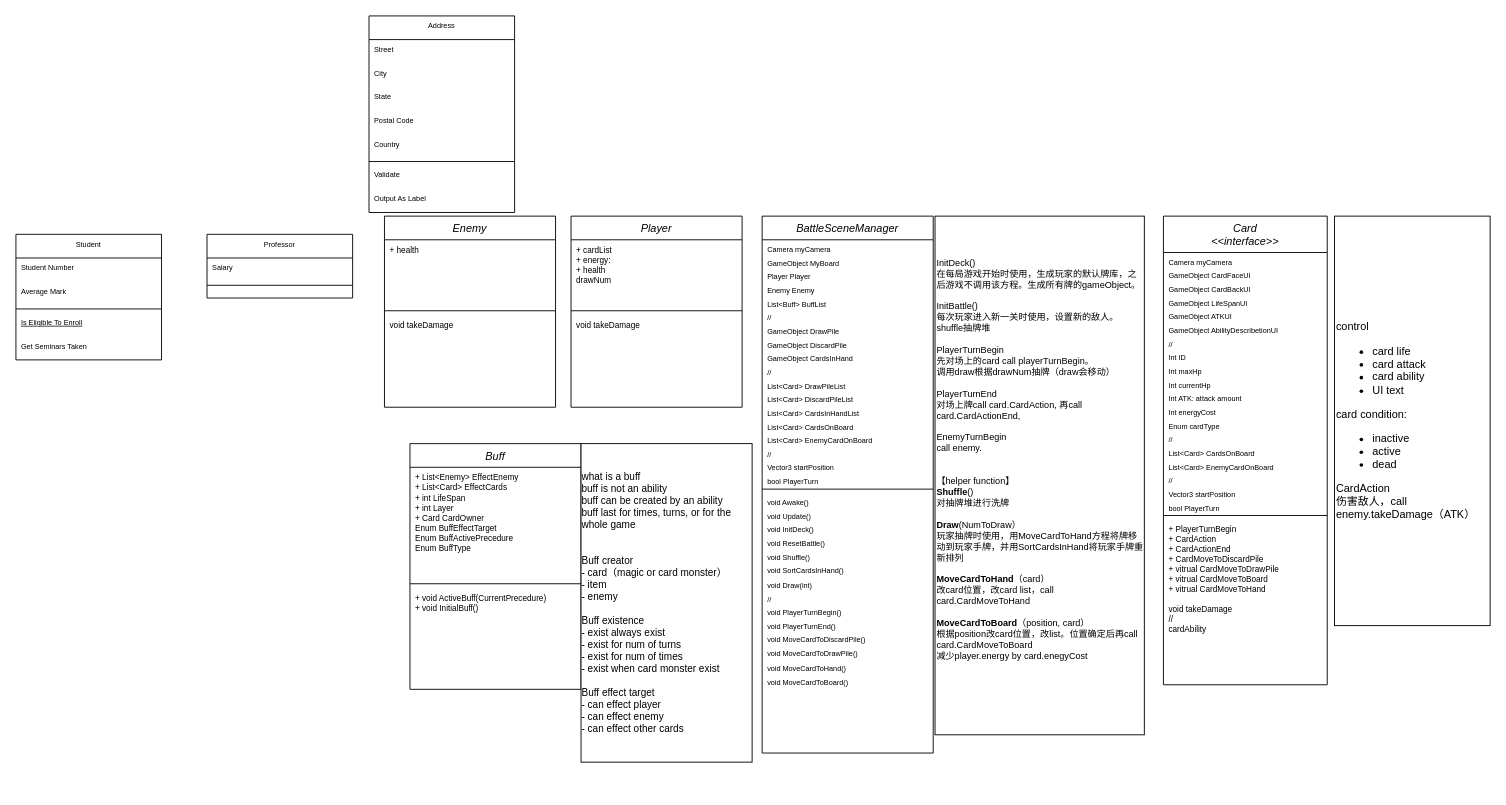
This is cardgame.drawio from yemiliey/ScuffTheSpire, a draw.io file, before an edit. Source tidied: cells renumbered, new cells numbered last; positions are measured from the earlier drawing's top-left corner, leaving out a move shared by most shapes. Both pictures are drawn from the tidied source at 91%, with x=0, y=0 at pixel (15, 15).
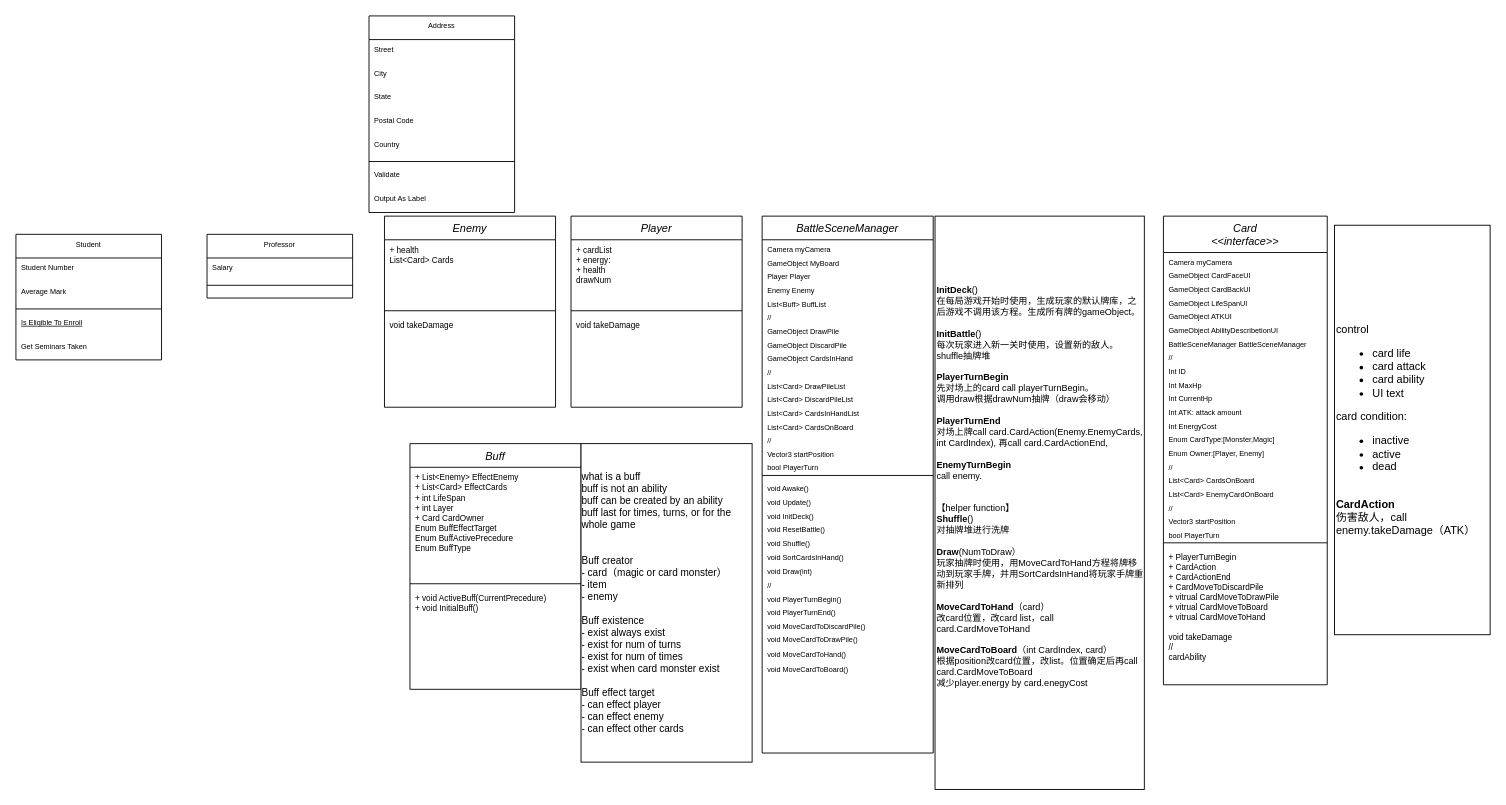
Above is the later version.

The change refers to these unchanged cells:
```xml
<mxCell id="2" value="BattleSceneManager" style="swimlane;fontStyle=2;align=center;verticalAlign=top;horizontal=1;startSize=26;rounded=0;shadow=0;strokeWidth=1;fontSize=12;" parent="1" vertex="1">
  <mxGeometry x="820" y="220" width="188" height="590" as="geometry" />
</mxCell>
<mxCell id="55" value="Card&#10;&lt;&lt;interface&gt;&gt;" style="swimlane;fontStyle=2;align=center;verticalAlign=top;horizontal=1;startSize=40;rounded=0;shadow=0;strokeWidth=1;fontSize=12;" parent="1" vertex="1">
  <mxGeometry x="1261" y="220" width="180" height="515" as="geometry" />
</mxCell>
<mxCell id="81" value="Enemy" style="swimlane;fontStyle=2;align=center;verticalAlign=top;horizontal=1;startSize=26;rounded=0;shadow=0;strokeWidth=1;fontSize=12;" parent="1" vertex="1">
  <mxGeometry x="405" y="220" width="188" height="210" as="geometry" />
</mxCell>
```

Change to the diagram source:
```diff
@@
-    <mxCell id="17" value="List&lt;Card&gt; EnemyCardOnBoard&#10;" style="text;align=left;verticalAlign=top;spacingLeft=4;spacingRight=4;overflow=hidden;fontSize=8;" parent="2" vertex="1">
-      <mxGeometry y="236" width="188" height="15" as="geometry" />
-    </mxCell>
     <mxCell id="18" value="//" style="text;align=left;verticalAlign=top;spacingLeft=4;spacingRight=4;overflow=hidden;fontSize=8;" parent="2" vertex="1">
-      <mxGeometry y="251" width="188" height="15" as="geometry" />
+      <mxGeometry y="236" width="188" height="15" as="geometry" />
     </mxCell>
     <mxCell id="19" value="Vector3 startPosition&#10;" style="text;align=left;verticalAlign=top;spacingLeft=4;spacingRight=4;overflow=hidden;fontSize=8;" parent="2" vertex="1">
-      <mxGeometry y="266" width="188" height="15" as="geometry" />
+      <mxGeometry y="251" width="188" height="15" as="geometry" />
     </mxCell>
     <mxCell id="20" value="bool PlayerTurn&#10;" style="text;align=left;verticalAlign=top;spacingLeft=4;spacingRight=4;overflow=hidden;fontSize=8;" parent="2" vertex="1">
-      <mxGeometry y="281" width="188" height="15" as="geometry" />
+      <mxGeometry y="266" width="188" height="15" as="geometry" />
     </mxCell>
     <mxCell id="21" style="line;html=1;strokeWidth=1;align=left;verticalAlign=middle;spacingTop=-1;spacingLeft=3;spacingRight=3;labelPosition=right;fontSize=8;" parent="2" vertex="1">
-      <mxGeometry y="296" width="188" height="8" as="geometry" />
+      <mxGeometry y="281" width="188" height="8" as="geometry" />
     </mxCell>
     <mxCell id="22" value="void Awake()" style="text;align=left;verticalAlign=top;spacingLeft=4;spacingRight=4;overflow=hidden;fontSize=8;" parent="2" vertex="1">
-      <mxGeometry y="304" width="188" height="15" as="geometry" />
+      <mxGeometry y="289" width="188" height="15" as="geometry" />
     </mxCell>
     <mxCell id="23" value="void Update()" style="text;align=left;verticalAlign=top;spacingLeft=4;spacingRight=4;overflow=hidden;fontSize=8;" parent="2" vertex="1">
-      <mxGeometry y="319" width="188" height="15" as="geometry" />
+      <mxGeometry y="304" width="188" height="15" as="geometry" />
     </mxCell>
     <mxCell id="24" value="void InitDeck()" style="text;align=left;verticalAlign=top;spacingLeft=4;spacingRight=4;overflow=hidden;fontSize=8;" parent="2" vertex="1">
-      <mxGeometry y="334" width="188" height="15" as="geometry" />
+      <mxGeometry y="319" width="188" height="15" as="geometry" />
     </mxCell>
     <mxCell id="25" value="void ResetBattle()" style="text;align=left;verticalAlign=top;spacingLeft=4;spacingRight=4;overflow=hidden;fontSize=8;" parent="2" vertex="1">
-      <mxGeometry y="349" width="188" height="15" as="geometry" />
+      <mxGeometry y="334" width="188" height="15" as="geometry" />
     </mxCell>
     <mxCell id="26" value="void Shuffle()&#10;" style="text;align=left;verticalAlign=top;spacingLeft=4;spacingRight=4;overflow=hidden;fontSize=8;" parent="2" vertex="1">
-      <mxGeometry y="364" width="188" height="15" as="geometry" />
+      <mxGeometry y="349" width="188" height="15" as="geometry" />
     </mxCell>
     <mxCell id="27" value="void SortCardsInHand()" style="text;align=left;verticalAlign=top;spacingLeft=4;spacingRight=4;overflow=hidden;fontSize=8;" parent="2" vertex="1">
-      <mxGeometry y="379" width="188" height="16" as="geometry" />
+      <mxGeometry y="364" width="188" height="16" as="geometry" />
     </mxCell>
     <mxCell id="28" value="void Draw(int)&#10;" style="text;align=left;verticalAlign=top;spacingLeft=4;spacingRight=4;overflow=hidden;fontSize=8;" parent="2" vertex="1">
-      <mxGeometry y="395" width="188" height="15" as="geometry" />
+      <mxGeometry y="380" width="188" height="15" as="geometry" />
     </mxCell>
     <mxCell id="29" value="//&#10;" style="text;align=left;verticalAlign=top;spacingLeft=4;spacingRight=4;overflow=hidden;fontSize=8;" parent="2" vertex="1">
-      <mxGeometry y="410" width="188" height="15" as="geometry" />
+      <mxGeometry y="395" width="188" height="15" as="geometry" />
     </mxCell>
     <mxCell id="30" value="void PlayerTurnBegin()&#10;" style="text;align=left;verticalAlign=top;spacingLeft=4;spacingRight=4;overflow=hidden;fontSize=8;" parent="2" vertex="1">
-      <mxGeometry y="425" width="188" height="15" as="geometry" />
+      <mxGeometry y="410" width="188" height="15" as="geometry" />
     </mxCell>
     <mxCell id="31" value="void PlayerTurnEnd()&#10;" style="text;align=left;verticalAlign=top;spacingLeft=4;spacingRight=4;overflow=hidden;fontSize=8;" parent="2" vertex="1">
-      <mxGeometry y="440" width="188" height="15" as="geometry" />
+      <mxGeometry y="425" width="188" height="15" as="geometry" />
     </mxCell>
     <mxCell id="32" value="void MoveCardToDiscardPile()" style="text;align=left;verticalAlign=top;spacingLeft=4;spacingRight=4;overflow=hidden;fontSize=8;" parent="2" vertex="1">
-      <mxGeometry y="455" width="188" height="15" as="geometry" />
+      <mxGeometry y="440" width="188" height="15" as="geometry" />
     </mxCell>
     <mxCell id="33" value="void MoveCardToDrawPile()&#10;" style="text;align=left;verticalAlign=top;spacingLeft=4;spacingRight=4;overflow=hidden;fontSize=8;" parent="2" vertex="1">
-      <mxGeometry y="470" width="188" height="16" as="geometry" />
+      <mxGeometry y="455" width="188" height="16" as="geometry" />
     </mxCell>
     <mxCell id="34" value="void MoveCardToHand()&#10;" style="text;align=left;verticalAlign=top;spacingLeft=4;spacingRight=4;overflow=hidden;fontSize=8;" parent="2" vertex="1">
-      <mxGeometry y="486" width="188" height="16" as="geometry" />
+      <mxGeometry y="471" width="188" height="16" as="geometry" />
     </mxCell>
     <mxCell id="35" value="void MoveCardToBoard()" style="text;align=left;verticalAlign=top;spacingLeft=4;spacingRight=4;overflow=hidden;fontSize=8;" parent="2" vertex="1">
-      <mxGeometry y="502" width="188" height="16" as="geometry" />
+      <mxGeometry y="487" width="188" height="16" as="geometry" />
     </mxCell>
@@
-    <mxCell id="54" value="&lt;font style=&quot;font-size: 10px;&quot;&gt;&lt;font style=&quot;font-size: 10px;&quot;&gt;InitDeck()&amp;nbsp;&lt;br style=&quot;font-size: 10px;&quot;&gt;在每局游戏开始时使用，生成玩家的默认牌库，之后游戏不调用该方程。生成所有牌的gameObject。&lt;br style=&quot;font-size: 10px;&quot;&gt;&lt;br style=&quot;font-size: 10px;&quot;&gt;InitBattle()&lt;br style=&quot;font-size: 10px;&quot;&gt;每次玩家进入新一关时使用，设置新的敌人。shuffle抽牌堆&lt;br&gt;&lt;br&gt;PlayerTurnBegin&lt;br&gt;先对场上的card call playerTurnBegin。&lt;br&gt;调用draw根据drawNum抽牌（draw会移动）&lt;br&gt;&lt;br&gt;PlayerTurnEnd&lt;br&gt;对场上牌call card.CardAction, 再call card.CardActionEnd,&lt;br&gt;&lt;br&gt;EnemyTurnBegin&lt;br&gt;call enemy.&lt;br&gt;&lt;br&gt;&lt;br&gt;【helper function】&lt;br style=&quot;font-size: 10px;&quot;&gt;&lt;b&gt;Shuffle&lt;/b&gt;()&lt;br style=&quot;font-size: 10px;&quot;&gt;对抽牌堆进行洗牌&lt;br style=&quot;font-size: 10px;&quot;&gt;&lt;br style=&quot;font-size: 10px;&quot;&gt;&lt;b&gt;Draw&lt;/b&gt;(NumToDraw）&lt;br style=&quot;font-size: 10px;&quot;&gt;玩家抽牌时使用，用MoveCardToHand方程将牌移动到玩家手牌，并用SortCardsInHand将玩家手牌重新排列&lt;br&gt;&lt;/font&gt;&lt;br&gt;&lt;b&gt;MoveCardToHand&lt;/b&gt;（card）&lt;br&gt;改card位置，改card list，call card.CardMoveToHand&amp;nbsp;&lt;br style=&quot;font-size: 10px;&quot;&gt;&lt;br&gt;&lt;b&gt;MoveCardToBoard&lt;/b&gt;（position, card）&lt;br&gt;根据position改card位置，改list。位置确定后再call card.CardMoveToBoard&lt;br&gt;减少player.energy by card.enegyCost&lt;br&gt;&lt;br&gt;&lt;br style=&quot;font-size: 10px;&quot;&gt;&lt;/font&gt;&lt;br style=&quot;font-size: 10px;&quot;&gt;&lt;div style=&quot;text-align: justify; font-size: 10px;&quot;&gt;&lt;/div&gt;" style="rounded=0;whiteSpace=wrap;html=1;align=left;fontSize=10;" parent="1" vertex="1">
-      <mxGeometry x="1010" y="220" width="230" height="570" as="geometry" />
+    <mxCell id="54" value="&lt;font style=&quot;font-size: 10px;&quot;&gt;&lt;font style=&quot;font-size: 10px;&quot;&gt;&lt;b&gt;InitDeck&lt;/b&gt;()&amp;nbsp;&lt;br style=&quot;font-size: 10px;&quot;&gt;在每局游戏开始时使用，生成玩家的默认牌库，之后游戏不调用该方程。生成所有牌的gameObject。&lt;br style=&quot;font-size: 10px;&quot;&gt;&lt;br style=&quot;font-size: 10px;&quot;&gt;&lt;b&gt;InitBattle&lt;/b&gt;()&lt;br style=&quot;font-size: 10px;&quot;&gt;每次玩家进入新一关时使用，设置新的敌人。shuffle抽牌堆&lt;br&gt;&lt;br&gt;&lt;b&gt;PlayerTurnBegin&lt;/b&gt;&lt;br&gt;先对场上的card call playerTurnBegin。&lt;br&gt;调用draw根据drawNum抽牌（draw会移动）&lt;br&gt;&lt;br&gt;&lt;b&gt;PlayerTurnEnd&lt;/b&gt;&lt;br&gt;对场上牌call card.CardAction(Enemy.EnemyCards, int CardIndex), 再call card.CardActionEnd,&lt;br&gt;&lt;br&gt;&lt;b&gt;EnemyTurnBegin&lt;/b&gt;&lt;br&gt;call enemy.&lt;br&gt;&lt;br&gt;&lt;br&gt;【helper function】&lt;br style=&quot;font-size: 10px;&quot;&gt;&lt;b&gt;Shuffle&lt;/b&gt;()&lt;br style=&quot;font-size: 10px;&quot;&gt;对抽牌堆进行洗牌&lt;br style=&quot;font-size: 10px;&quot;&gt;&lt;br style=&quot;font-size: 10px;&quot;&gt;&lt;b&gt;Draw&lt;/b&gt;(NumToDraw）&lt;br style=&quot;font-size: 10px;&quot;&gt;玩家抽牌时使用，用MoveCardToHand方程将牌移动到玩家手牌，并用SortCardsInHand将玩家手牌重新排列&lt;br&gt;&lt;/font&gt;&lt;br&gt;&lt;b&gt;MoveCardToHand&lt;/b&gt;（card）&lt;br&gt;改card位置，改card list，call card.CardMoveToHand&amp;nbsp;&lt;br style=&quot;font-size: 10px;&quot;&gt;&lt;br&gt;&lt;b&gt;MoveCardToBoard&lt;/b&gt;（int CardIndex, card）&lt;br&gt;根据position改card位置，改list。位置确定后再call card.CardMoveToBoard&lt;br&gt;减少player.energy by card.enegyCost&lt;br&gt;&lt;br&gt;&lt;br style=&quot;font-size: 10px;&quot;&gt;&lt;/font&gt;&lt;br style=&quot;font-size: 10px;&quot;&gt;&lt;div style=&quot;text-align: justify; font-size: 10px;&quot;&gt;&lt;/div&gt;" style="rounded=0;whiteSpace=wrap;html=1;align=left;fontSize=10;" parent="1" vertex="1">
+      <mxGeometry x="1010" y="220" width="230" height="630" as="geometry" />
     </mxCell>
@@
+    <mxCell id="91" value="BattleSceneManager BattleSceneManager" style="text;align=left;verticalAlign=top;spacingLeft=4;spacingRight=4;overflow=hidden;rounded=0;shadow=0;html=0;fontSize=8;" parent="55" vertex="1">
+      <mxGeometry y="130" width="180" height="15" as="geometry" />
+    </mxCell>
     <mxCell id="62" value="//" style="text;align=left;verticalAlign=top;spacingLeft=4;spacingRight=4;overflow=hidden;fontSize=8;" parent="55" vertex="1">
-      <mxGeometry y="130" width="180" height="15" as="geometry" />
+      <mxGeometry y="145" width="180" height="15" as="geometry" />
     </mxCell>
     <mxCell id="63" value="Int ID&#10;" style="text;align=left;verticalAlign=top;spacingLeft=4;spacingRight=4;overflow=hidden;fontSize=8;" parent="55" vertex="1">
-      <mxGeometry y="145" width="180" height="15" as="geometry" />
+      <mxGeometry y="160" width="180" height="15" as="geometry" />
     </mxCell>
-    <mxCell id="64" value="Int maxHp&#10;" style="text;align=left;verticalAlign=top;spacingLeft=4;spacingRight=4;overflow=hidden;fontSize=8;" parent="55" vertex="1">
-      <mxGeometry y="160" width="180" height="15" as="geometry" />
+    <mxCell id="64" value="Int MaxHp&#10;" style="text;align=left;verticalAlign=top;spacingLeft=4;spacingRight=4;overflow=hidden;fontSize=8;" parent="55" vertex="1">
+      <mxGeometry y="175" width="180" height="15" as="geometry" />
     </mxCell>
-    <mxCell id="65" value="Int currentHp" style="text;align=left;verticalAlign=top;spacingLeft=4;spacingRight=4;overflow=hidden;fontSize=8;" parent="55" vertex="1">
-      <mxGeometry y="175" width="180" height="15" as="geometry" />
+    <mxCell id="65" value="Int CurrentHp" style="text;align=left;verticalAlign=top;spacingLeft=4;spacingRight=4;overflow=hidden;fontSize=8;" parent="55" vertex="1">
+      <mxGeometry y="190" width="180" height="15" as="geometry" />
     </mxCell>
     <mxCell id="66" value="Int ATK: attack amount" style="text;align=left;verticalAlign=top;spacingLeft=4;spacingRight=4;overflow=hidden;fontSize=8;" parent="55" vertex="1">
-      <mxGeometry y="190" width="180" height="15" as="geometry" />
+      <mxGeometry y="205" width="180" height="15" as="geometry" />
     </mxCell>
-    <mxCell id="67" value="Int energyCost" style="text;align=left;verticalAlign=top;spacingLeft=4;spacingRight=4;overflow=hidden;fontSize=8;" parent="55" vertex="1">
-      <mxGeometry y="205" width="180" height="15" as="geometry" />
+    <mxCell id="67" value="Int EnergyCost" style="text;align=left;verticalAlign=top;spacingLeft=4;spacingRight=4;overflow=hidden;fontSize=8;" parent="55" vertex="1">
+      <mxGeometry y="220" width="180" height="15" as="geometry" />
     </mxCell>
-    <mxCell id="68" value="Enum cardType" style="text;align=left;verticalAlign=top;spacingLeft=4;spacingRight=4;overflow=hidden;fontSize=8;" parent="55" vertex="1">
-      <mxGeometry y="220" width="180" height="15" as="geometry" />
+    <mxCell id="68" value="Enum CardType:[Monster,Magic]" style="text;align=left;verticalAlign=top;spacingLeft=4;spacingRight=4;overflow=hidden;fontSize=8;" parent="55" vertex="1">
+      <mxGeometry y="235" width="180" height="15" as="geometry" />
     </mxCell>
+    <mxCell id="92" value="Enum Owner:[Player, Enemy]" style="text;align=left;verticalAlign=top;spacingLeft=4;spacingRight=4;overflow=hidden;fontSize=8;" parent="55" vertex="1">
+      <mxGeometry y="250" width="180" height="15" as="geometry" />
+    </mxCell>
     <mxCell id="69" value="//" style="text;align=left;verticalAlign=top;spacingLeft=4;spacingRight=4;overflow=hidden;fontSize=8;" parent="55" vertex="1">
-      <mxGeometry y="235" width="180" height="15" as="geometry" />
+      <mxGeometry y="265" width="180" height="15" as="geometry" />
     </mxCell>
     <mxCell id="70" value="List&lt;Card&gt; CardsOnBoard&#10;" style="text;align=left;verticalAlign=top;spacingLeft=4;spacingRight=4;overflow=hidden;fontSize=8;" parent="55" vertex="1">
-      <mxGeometry y="250" width="180" height="15" as="geometry" />
+      <mxGeometry y="280" width="180" height="15" as="geometry" />
     </mxCell>
     <mxCell id="71" value="List&lt;Card&gt; EnemyCardOnBoard&#10;" style="text;align=left;verticalAlign=top;spacingLeft=4;spacingRight=4;overflow=hidden;fontSize=8;" parent="55" vertex="1">
-      <mxGeometry y="265" width="180" height="15" as="geometry" />
+      <mxGeometry y="295" width="180" height="15" as="geometry" />
     </mxCell>
     <mxCell id="72" value="//" style="text;align=left;verticalAlign=top;spacingLeft=4;spacingRight=4;overflow=hidden;fontSize=8;" parent="55" vertex="1">
-      <mxGeometry y="280" width="180" height="15" as="geometry" />
+      <mxGeometry y="310" width="180" height="15" as="geometry" />
     </mxCell>
     <mxCell id="73" value="Vector3 startPosition&#10;" style="text;align=left;verticalAlign=top;spacingLeft=4;spacingRight=4;overflow=hidden;fontSize=8;" parent="55" vertex="1">
-      <mxGeometry y="295" width="180" height="15" as="geometry" />
+      <mxGeometry y="325" width="180" height="15" as="geometry" />
     </mxCell>
     <mxCell id="74" value="bool PlayerTurn&#10;" style="text;align=left;verticalAlign=top;spacingLeft=4;spacingRight=4;overflow=hidden;fontSize=8;" parent="55" vertex="1">
-      <mxGeometry y="310" width="180" height="15" as="geometry" />
+      <mxGeometry y="340" width="180" height="15" as="geometry" />
     </mxCell>
     <mxCell id="75" style="line;html=1;strokeWidth=1;align=left;verticalAlign=middle;spacingTop=-1;spacingLeft=3;spacingRight=3;labelPosition=right;fontSize=8;" parent="55" vertex="1">
-      <mxGeometry y="325" width="180" height="8" as="geometry" />
+      <mxGeometry y="355" width="180" height="8" as="geometry" />
     </mxCell>
     <mxCell id="76" value="+ PlayerTurnBegin&#10;+ CardAction&#10;+ CardActionEnd&#10;+ CardMoveToDiscardPile&#10;+ vitrual CardMoveToDrawPile&#10;+ vitrual CardMoveToBoard&#10;+ vitrual CardMoveToHand&#10;&#10;void takeDamage&#10;//&#10;cardAbility&#10;" style="text;align=left;verticalAlign=top;spacingLeft=4;spacingRight=4;overflow=hidden;fontSize=9;spacing=2;spacingBottom=0;spacingTop=0;" parent="55" vertex="1">
-      <mxGeometry y="333" width="180" height="137" as="geometry" />
+      <mxGeometry y="363" width="180" height="137" as="geometry" />
     </mxCell>
@@
-    <mxCell id="82" value="+ health" style="text;align=left;verticalAlign=top;spacingLeft=4;spacingRight=4;overflow=hidden;fontSize=9;" parent="81" vertex="1">
+    <mxCell id="82" value="+ health&#10;List&lt;Card&gt; Cards" style="text;align=left;verticalAlign=top;spacingLeft=4;spacingRight=4;overflow=hidden;fontSize=9;" parent="81" vertex="1">
       <mxGeometry y="26" width="188" height="74" as="geometry" />
     </mxCell>
@@
-    <mxCell id="90" value="control&lt;br&gt;&lt;ul&gt;&lt;li&gt;card life&lt;/li&gt;&lt;li&gt;card attack&lt;/li&gt;&lt;li&gt;card ability&lt;/li&gt;&lt;li&gt;UI text&lt;/li&gt;&lt;/ul&gt;card condition:&lt;br&gt;&lt;ul&gt;&lt;li&gt;inactive&lt;/li&gt;&lt;li&gt;active&lt;/li&gt;&lt;li&gt;dead&lt;/li&gt;&lt;/ul&gt;&lt;div&gt;CardAction&lt;/div&gt;&lt;div&gt;伤害敌人，call enemy.takeDamage（ATK）&lt;/div&gt;" style="rounded=0;whiteSpace=wrap;html=1;align=left;" parent="1" vertex="1">
-      <mxGeometry x="1449" y="220" width="171" height="450" as="geometry" />
+    <mxCell id="90" value="control&lt;br&gt;&lt;ul&gt;&lt;li&gt;card life&lt;/li&gt;&lt;li&gt;card attack&lt;/li&gt;&lt;li&gt;card ability&lt;/li&gt;&lt;li&gt;UI text&lt;/li&gt;&lt;/ul&gt;card condition:&lt;br&gt;&lt;ul&gt;&lt;li&gt;inactive&lt;/li&gt;&lt;li&gt;active&lt;/li&gt;&lt;li&gt;dead&lt;/li&gt;&lt;/ul&gt;&lt;div&gt;&lt;br&gt;&lt;/div&gt;&lt;div&gt;&lt;b&gt;CardAction&lt;/b&gt;&lt;/div&gt;&lt;div&gt;伤害敌人，call enemy.takeDamage（ATK）&lt;/div&gt;" style="rounded=0;whiteSpace=wrap;html=1;align=left;" parent="1" vertex="1">
+      <mxGeometry x="1449" y="230" width="171" height="450" as="geometry" />
     </mxCell>
```
